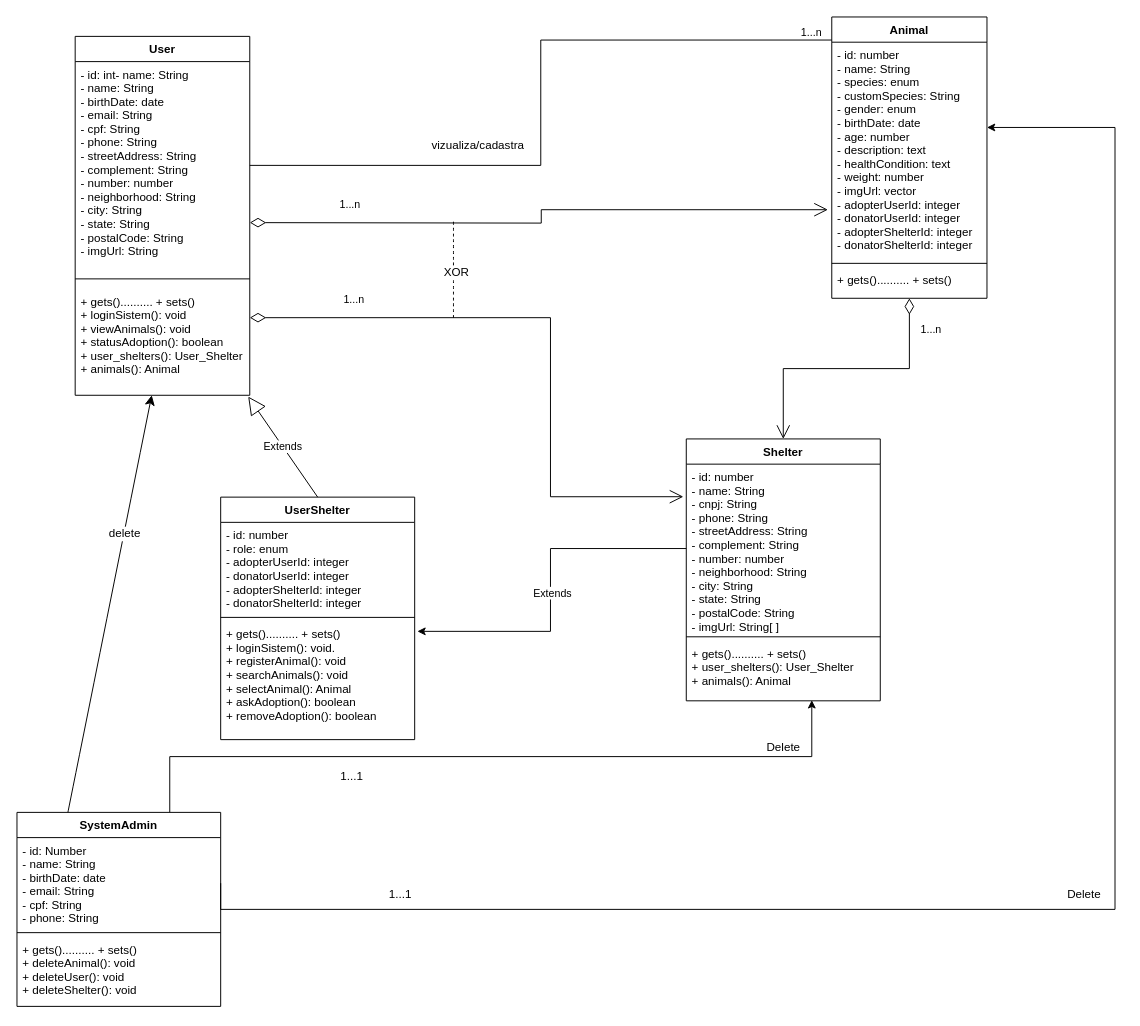
GuilhermeRPimenta/trabalho-modelagem keeps this draw.io diagram as Documentos/diagrama de classes.drawio.xml. Above is the earlier version. Source tidied: cells renumbered, new cells numbered last; positions are measured from the earlier drawing's top-left corner, leaving out a move shared by most shapes. Both pictures are drawn from the tidied source at 97%, with x=0, y=0 at pixel (16, 16).
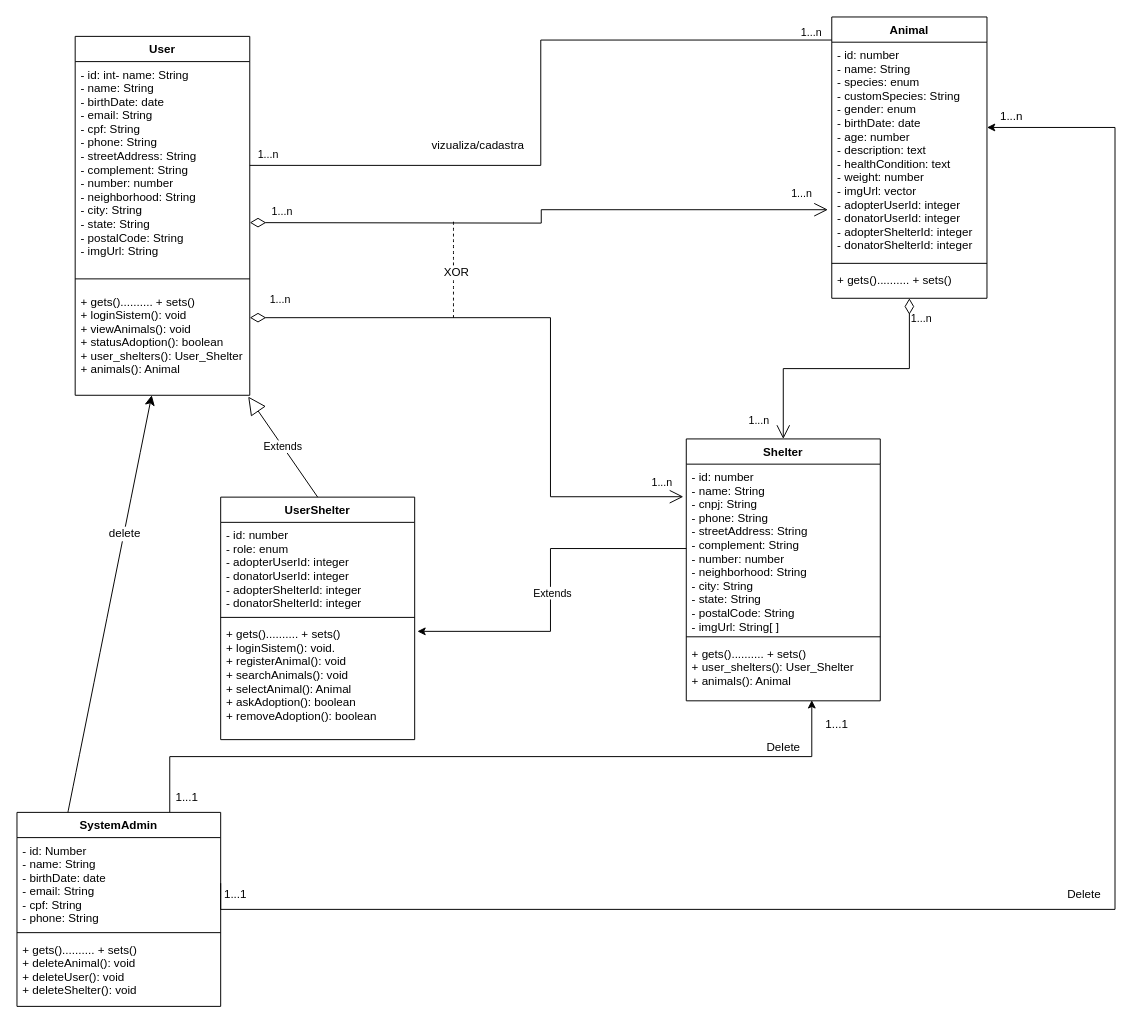
Above is the later version.

Unchanged cells that the change refers to:
```xml
<mxCell id="12" value="- id: number&#10;- name: String&#10;- species: enum&#10;- customSpecies: String&#10;- gender: enum&#10;- birthDate: date&#10;- age: number&#10;- description: text&#10;- healthCondition: text&#10;- weight: number&#10;- imgUrl: vector&#10;- adopterUserId: integer&#10;- donatorUserId: integer&#10;- adopterShelterId: integer&#10;- donatorShelterId: integer" style="text;strokeColor=none;fillColor=none;align=left;verticalAlign=top;spacingLeft=4;spacingRight=4;overflow=hidden;points=[[0,0.5],[1,0.5]];portConstraint=eastwest;" parent="11" vertex="1">
  <mxGeometry y="26" width="160" height="224" as="geometry" />
</mxCell>
<mxCell id="14" value="+ gets().......... + sets()" style="text;strokeColor=none;fillColor=none;align=left;verticalAlign=top;spacingLeft=4;spacingRight=4;overflow=hidden;points=[[0,0.5],[1,0.5]];portConstraint=eastwest;" parent="11" vertex="1">
  <mxGeometry y="258" width="160" height="32" as="geometry" />
</mxCell>
<mxCell id="15" value="Shelter" style="swimlane;fontStyle=1;align=center;verticalAlign=top;horizontal=1;startSize=26;" parent="1" vertex="1">
  <mxGeometry x="690" y="435" width="200" height="270" as="geometry" />
</mxCell>
<mxCell id="16" value="- id: number&#10;- name: String&#10;- cnpj: String&#10;- phone: String&#10;- streetAddress: String&#10;- complement: String&#10;- number: number&#10;- neighborhood: String&#10;- city: String&#10;- state: String&#10;- postalCode: String&#10;- imgUrl: String[ ]" style="text;strokeColor=none;fillColor=none;align=left;verticalAlign=top;spacingLeft=4;spacingRight=4;overflow=hidden;points=[[0,0.5],[1,0.5]];portConstraint=eastwest;" parent="15" vertex="1">
  <mxGeometry y="26" width="200" height="174" as="geometry" />
</mxCell>
```

What changed in the source:
```diff
@@
     <mxCell id="19" value="1...n" style="endArrow=open;html=1;endSize=12;startArrow=diamondThin;startSize=14;startFill=0;edgeStyle=orthogonalEdgeStyle;align=left;verticalAlign=bottom;rounded=0;entryX=0.5;entryY=0;entryDx=0;entryDy=0;exitX=0.5;exitY=1;exitDx=0;exitDy=0;exitPerimeter=0;" parent="1" edge="1" source="14" target="15">
-      <mxGeometry x="-0.7" y="10" relative="1" as="geometry" />
+      <mxGeometry x="-0.78" relative="1" as="geometry" />
     </mxCell>
@@
-    <mxCell id="33" value="1...1" style="text;html=1;align=center;verticalAlign=middle;strokeColor=none;fillColor=none;" parent="1" vertex="1">
-      <mxGeometry x="370" y="890" width="50" height="30" as="geometry" />
+    <mxCell id="33" value="1...n" style="text;html=1;align=center;verticalAlign=middle;strokeColor=none;fillColor=none;" parent="1" vertex="1">
+      <mxGeometry x="1000" y="88" width="50" height="30" as="geometry" />
     </mxCell>
     <mxCell id="34" value="1...1" style="text;html=1;align=center;verticalAlign=middle;strokeColor=none;fillColor=none;" parent="1" vertex="1">
-      <mxGeometry x="320" y="768" width="50" height="30" as="geometry" />
+      <mxGeometry x="150" y="790" width="50" height="30" as="geometry" />
     </mxCell>
@@
     <mxCell id="37" value="1...n" style="endArrow=open;html=1;endSize=12;startArrow=diamondThin;startSize=14;startFill=0;edgeStyle=orthogonalEdgeStyle;align=left;verticalAlign=bottom;rounded=0;entryX=-0.025;entryY=0.771;entryDx=0;entryDy=0;entryPerimeter=0;" parent="1" edge="1" target="12">
-      <mxGeometry x="-0.7" y="10" relative="1" as="geometry">
+      <mxGeometry x="-0.93" y="2" relative="1" as="geometry">
         <mxPoint x="240" y="212" as="sourcePoint" />
       </mxGeometry>
     </mxCell>
     <mxCell id="38" value="1...n" style="endArrow=open;html=1;endSize=12;startArrow=diamondThin;startSize=14;startFill=0;edgeStyle=orthogonalEdgeStyle;align=left;verticalAlign=bottom;rounded=0;entryX=-0.015;entryY=0.193;entryDx=0;entryDy=0;entryPerimeter=0;" parent="1" edge="1" target="16">
-      <mxGeometry x="-0.7" y="10" relative="1" as="geometry">
+      <mxGeometry x="-0.94" y="10" relative="1" as="geometry">
         <mxPoint x="240" y="310" as="sourcePoint" />
         <Array as="points">
           <mxPoint x="550" y="310" />
           <mxPoint x="550" y="495" />
         </Array>
       </mxGeometry>
     </mxCell>
@@
+    <mxCell id="41" value="1...n" style="edgeLabel;html=1;align=right;verticalAlign=bottom;" parent="1" vertex="1">
+      <mxGeometry x="270" y="150" as="geometry" />
+    </mxCell>
+    <mxCell id="42" value="1...n" style="edgeLabel;html=1;align=right;verticalAlign=bottom;" parent="1" vertex="1">
+      <mxGeometry x="820" y="190" as="geometry" />
+    </mxCell>
+    <mxCell id="43" value="1...n" style="edgeLabel;html=1;align=right;verticalAlign=bottom;" parent="1" vertex="1">
+      <mxGeometry x="280" y="160" as="geometry">
+        <mxPoint x="496" y="264" as="offset" />
+      </mxGeometry>
+    </mxCell>
+    <mxCell id="44" value="1...1" style="text;html=1;align=center;verticalAlign=middle;strokeColor=none;fillColor=none;" parent="1" vertex="1">
+      <mxGeometry x="820" y="715" width="50" height="30" as="geometry" />
+    </mxCell>
+    <mxCell id="45" value="1...1" style="text;html=1;align=center;verticalAlign=middle;strokeColor=none;fillColor=none;" parent="1" vertex="1">
+      <mxGeometry x="200" y="890" width="50" height="30" as="geometry" />
+    </mxCell>
+    <mxCell id="46" value="1...n" style="edgeLabel;html=1;align=right;verticalAlign=bottom;" parent="1" vertex="1">
+      <mxGeometry x="280" y="150" as="geometry">
+        <mxPoint x="396" y="338" as="offset" />
+      </mxGeometry>
+    </mxCell>
```
